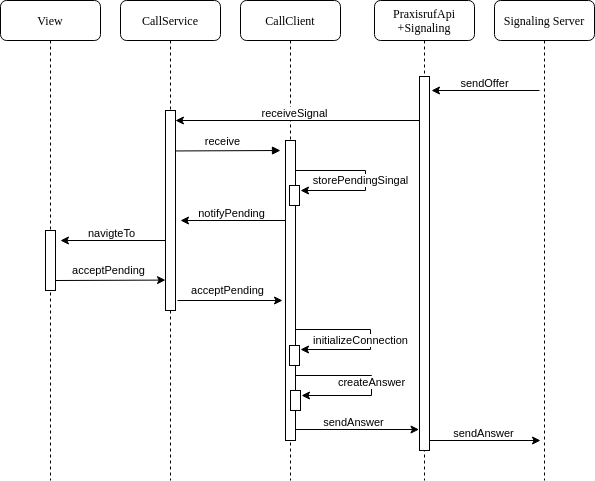
Above: src/graphics/diagramms/Sequence_MobileClient_Receiver_Signaling.drawio.png in jsvilling/IP6_Bachelorarbeit_Bericht_Cloudbasiertes_Praxisrufsystem (draw.io), before the change. Source tidied: cells renumbered, new cells last; positions are measured from the earlier drawing's top-left corner, leaving out a move shared by most shapes.
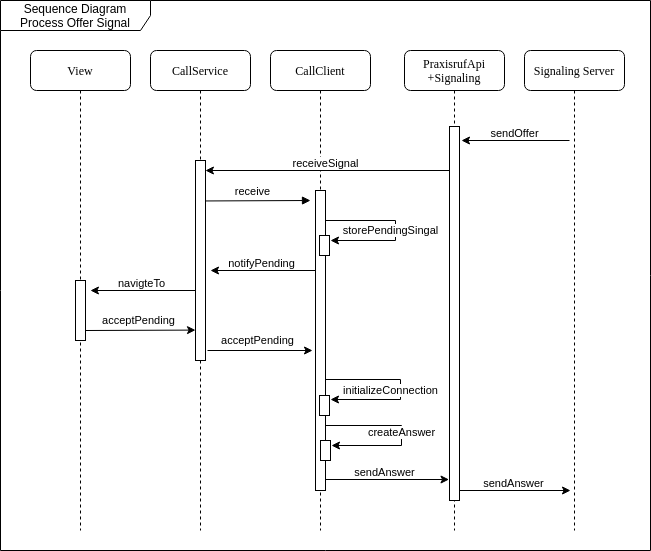
Later version of the same file.

Diff of the diagram source:
```diff
@@ -119,5 +119,8 @@
         <mxPoint x="180" y="220" as="targetPoint" />
       </mxGeometry>
     </mxCell>
+    <mxCell id="26" value="Sequence Diagram&lt;br&gt;Process Offer Signal" style="shape=umlFrame;whiteSpace=wrap;html=1;width=150;height=30;" parent="1" vertex="1">
+      <mxGeometry x="-30" y="-50" width="650" height="550" as="geometry" />
+    </mxCell>
   </root>
 </mxGraphModel>
```
